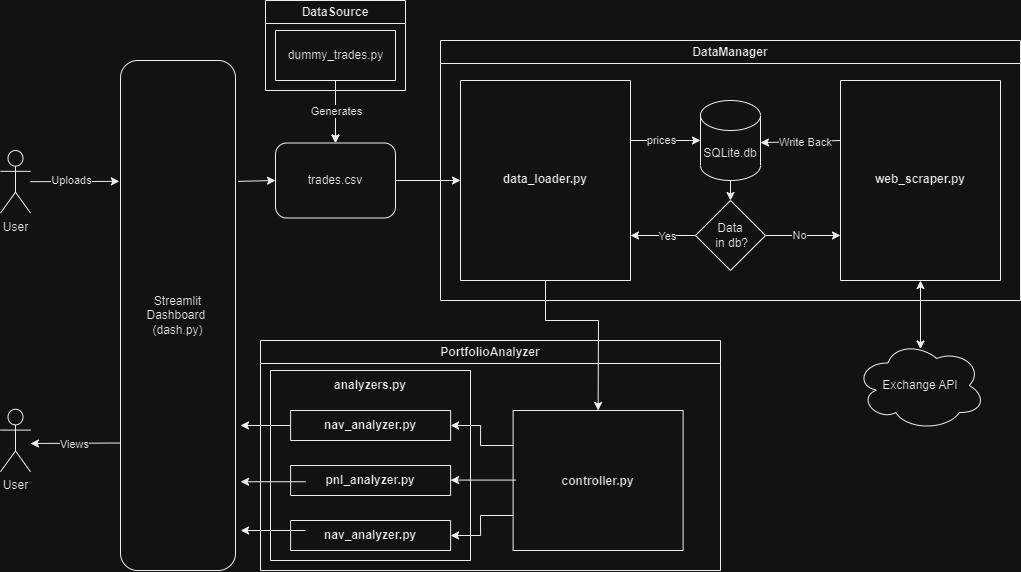
Before: imgs/StockPortfolioAnalyzer.drawio.png, a diagram exported from draw.io (Erik-Kelemen/Stock-Portfolio-Analyzer). Source tidied: cells renumbered, new cells last; positions are measured from the earlier drawing's top-left corner, leaving out a move shared by most shapes.
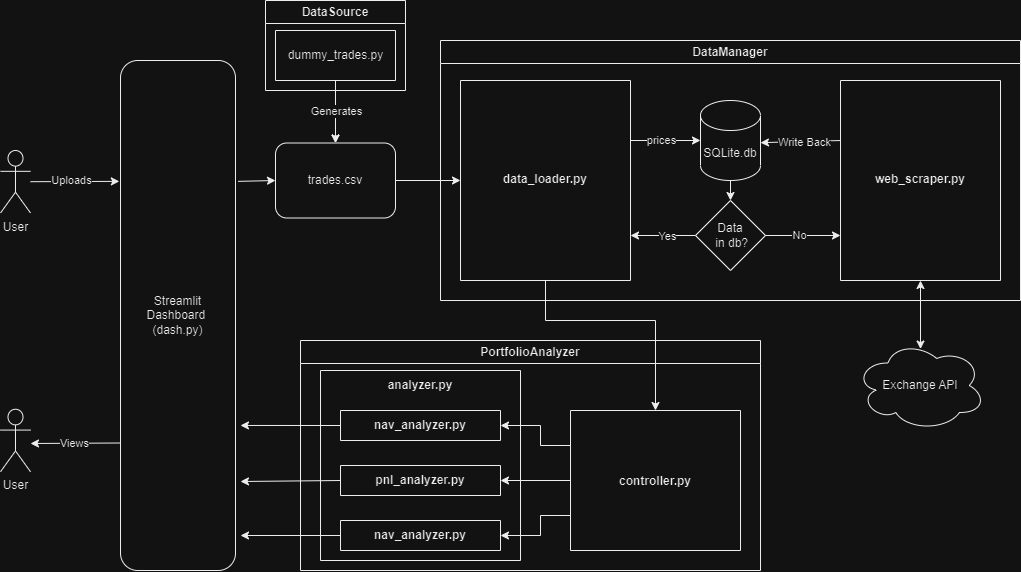
Later version of the same file.

Change to the diagram source:
```diff
@@ -3,45 +3,42 @@
     <mxCell id="0" />
     <mxCell id="1" parent="0" />
     <mxCell id="2" value="PortfolioAnalyzer" style="swimlane;whiteSpace=wrap;html=1;startSize=23;" parent="1" vertex="1">
-      <mxGeometry x="260" y="340" width="460" height="230" as="geometry" />
+      <mxGeometry x="300" y="340" width="460" height="230" as="geometry" />
     </mxCell>
     <mxCell id="3" value="&#10;&#10;&#10;&#10;&#10;&#10;&#10;&#10;&#10;&#10;controller.py" style="swimlane;startSize=0;" parent="2" vertex="1">
-      <mxGeometry x="252.6" y="70" width="170" height="140" as="geometry" />
+      <mxGeometry x="270" y="70" width="170" height="140" as="geometry" />
     </mxCell>
-    <mxCell id="4" value="&#10;&#10;nav_analyzer.py" style="swimlane;startSize=0;" parent="2" vertex="1">
-      <mxGeometry x="30.1" y="70" width="160" height="30" as="geometry" />
-    </mxCell>
-    <mxCell id="5" value="&#10;&#10;pnl_analyzer.py" style="swimlane;startSize=0;" parent="2" vertex="1">
-      <mxGeometry x="30.1" y="125" width="160" height="30" as="geometry" />
-    </mxCell>
-    <mxCell id="6" value="&#10;&#10;nav_analyzer.py" style="swimlane;startSize=0;" parent="2" vertex="1">
-      <mxGeometry x="30.1" y="180" width="160" height="30" as="geometry" />
-    </mxCell>
     <mxCell id="7" style="endArrow=classic;html=1;rounded=0;exitX=0;exitY=0.25;exitDx=0;exitDy=0;entryX=1;entryY=0.5;entryDx=0;entryDy=0;" parent="2" edge="1" source="3" target="4">
       <mxGeometry relative="1" as="geometry">
         <Array as="points">
-          <mxPoint x="220" y="105" />
-          <mxPoint x="220.1" y="85" />
+          <mxPoint x="240" y="105" />
+          <mxPoint x="240" y="85" />
         </Array>
       </mxGeometry>
     </mxCell>
     <mxCell id="8" style="endArrow=classic;html=1;rounded=0;exitX=0;exitY=0.75;exitDx=0;exitDy=0;entryX=1;entryY=0.5;entryDx=0;entryDy=0;" parent="2" edge="1" source="3" target="6">
       <mxGeometry relative="1" as="geometry">
         <Array as="points">
-          <mxPoint x="220" y="175" />
-          <mxPoint x="220.1" y="195" />
+          <mxPoint x="240" y="175" />
+          <mxPoint x="240" y="195" />
         </Array>
       </mxGeometry>
     </mxCell>
-    <mxCell id="9" style="endArrow=classic;html=1;rounded=0;exitX=0;exitY=0.5;exitDx=0;exitDy=0;entryX=0.999;entryY=0.696;entryDx=0;entryDy=0;entryPerimeter=0;" parent="2" edge="1">
-      <mxGeometry relative="1" as="geometry">
-        <mxPoint x="255.1" y="139.6" as="sourcePoint" />
-        <mxPoint x="190.1" y="139.6" as="targetPoint" />
-      </mxGeometry>
+    <mxCell id="9" style="endArrow=classic;html=1;rounded=0;exitX=0;exitY=0.5;exitDx=0;exitDy=0;entryX=1;entryY=0.5;entryDx=0;entryDy=0;" parent="2" edge="1" source="3" target="5">
+      <mxGeometry relative="1" as="geometry" />
     </mxCell>
-    <mxCell id="10" value="&#10;&#10;analyzers.py" style="swimlane;startSize=0;" parent="2" vertex="1">
-      <mxGeometry x="10" y="30" width="200" height="190" as="geometry" />
+    <mxCell id="10" value="&#10;&#10;analyzer.py" style="swimlane;startSize=0;" parent="2" vertex="1">
+      <mxGeometry x="20" y="30" width="200" height="190" as="geometry" />
     </mxCell>
+    <mxCell id="4" value="&#10;&#10;nav_analyzer.py" style="swimlane;startSize=0;" parent="10" vertex="1">
+      <mxGeometry x="20" y="40" width="160" height="30" as="geometry" />
+    </mxCell>
+    <mxCell id="5" value="&#10;&#10;pnl_analyzer.py" style="swimlane;startSize=0;" parent="10" vertex="1">
+      <mxGeometry x="20" y="95" width="160" height="30" as="geometry" />
+    </mxCell>
+    <mxCell id="6" value="&#10;&#10;nav_analyzer.py" style="swimlane;startSize=0;" parent="10" vertex="1">
+      <mxGeometry x="20" y="150" width="160" height="30" as="geometry" />
+    </mxCell>
     <mxCell id="11" value="DataManager" style="swimlane;whiteSpace=wrap;html=1;" parent="1" vertex="1">
       <mxGeometry x="440" y="40" width="580" height="260" as="geometry" />
     </mxCell>
@@ -135,7 +132,7 @@
       <mxGeometry relative="1" as="geometry">
         <Array as="points">
           <mxPoint x="545" y="320" />
-          <mxPoint x="598" y="320" />
+          <mxPoint x="655" y="320" />
         </Array>
       </mxGeometry>
     </mxCell>
@@ -165,16 +162,14 @@
         <mxPoint x="240" y="425" as="targetPoint" />
       </mxGeometry>
     </mxCell>
-    <mxCell id="45" style="endArrow=classic;html=1;rounded=0;exitX=0;exitY=0.5;exitDx=0;exitDy=0;entryX=0.999;entryY=0.696;entryDx=0;entryDy=0;entryPerimeter=0;" parent="1" edge="1">
+    <mxCell id="45" style="endArrow=classic;html=1;rounded=0;exitX=0;exitY=0.5;exitDx=0;exitDy=0;" parent="1" edge="1" source="5">
       <mxGeometry relative="1" as="geometry">
-        <mxPoint x="305.1" y="481.2" as="sourcePoint" />
-        <mxPoint x="240.1" y="481.2" as="targetPoint" />
+        <mxPoint x="240" y="481" as="targetPoint" />
       </mxGeometry>
     </mxCell>
-    <mxCell id="46" style="endArrow=classic;html=1;rounded=0;exitX=0;exitY=0.5;exitDx=0;exitDy=0;entryX=0.999;entryY=0.696;entryDx=0;entryDy=0;entryPerimeter=0;" parent="1" edge="1">
+    <mxCell id="46" style="endArrow=classic;html=1;rounded=0;exitX=0;exitY=0.5;exitDx=0;exitDy=0;" parent="1" edge="1" source="6">
       <mxGeometry relative="1" as="geometry">
-        <mxPoint x="305.1" y="530" as="sourcePoint" />
-        <mxPoint x="240.1" y="530" as="targetPoint" />
+        <mxPoint x="240" y="535" as="targetPoint" />
       </mxGeometry>
     </mxCell>
   </root>
```
